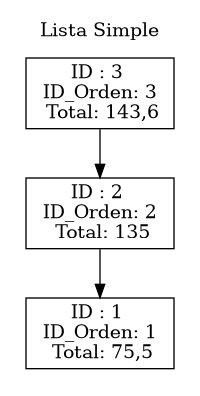
Above: Proyecto-Fase 1/Reportes/Pila.png in Rodrigo-1504/-EDD-1S2025_202202854 (Graphviz), before the change. Its source is kept beside it as Proyecto-Fase 1/Reportes/Pila.dot.
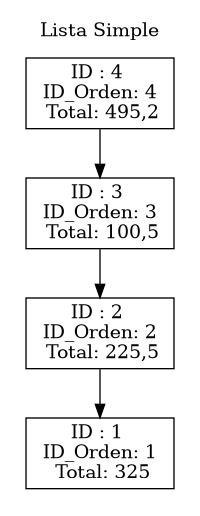
After the commit.

Diff of the diagram source:
```diff
@@ -3,10 +3,12 @@
 	graph[pencolor=transparent];
 	subgraph cluster_0{
 		label = "Lista Simple";
-			n0 [label = "{ID : 3 \n ID_Orden: 3 \n Total: 143,6}"];
-			n1 [label = "{ID : 2 \n ID_Orden: 2 \n Total: 135}"];
-			n2 [label = "{ID : 1 \n ID_Orden: 1 \n Total: 75,5}"];
+			n0 [label = "{ID : 4 \n ID_Orden: 4 \n Total: 495,2}"];
+			n1 [label = "{ID : 3 \n ID_Orden: 3 \n Total: 100,5}"];
+			n2 [label = "{ID : 2 \n ID_Orden: 2 \n Total: 225,5}"];
+			n3 [label = "{ID : 1 \n ID_Orden: 1 \n Total: 325}"];
 			n0 -> n1;
 			n1 -> n2;
+			n2 -> n3;
 		}
 }
```
